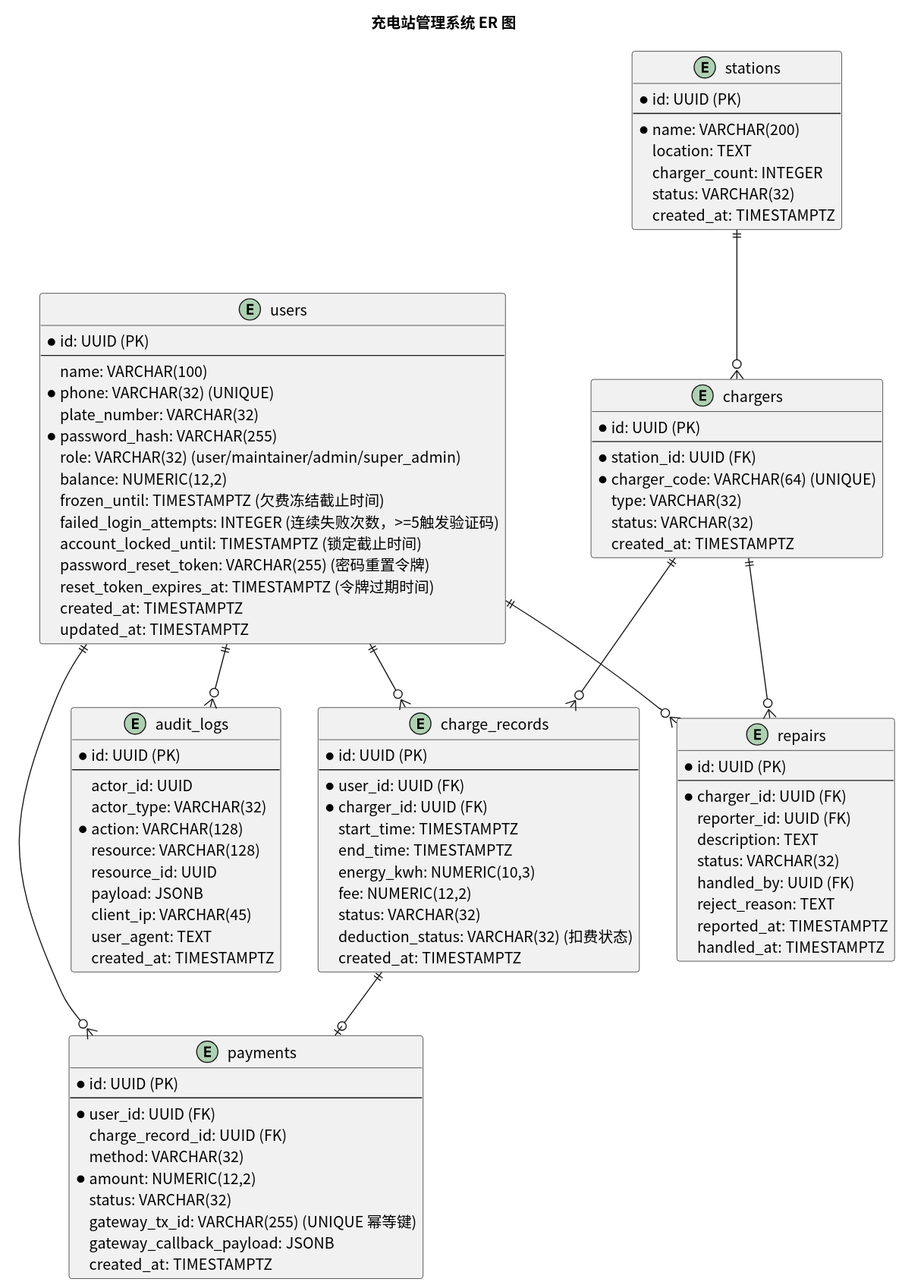
greenhandzdl/charging-station-doc keeps this PlantUML diagram as usecase/docs/database/img/er_diagram.svg. Above is the earlier version.
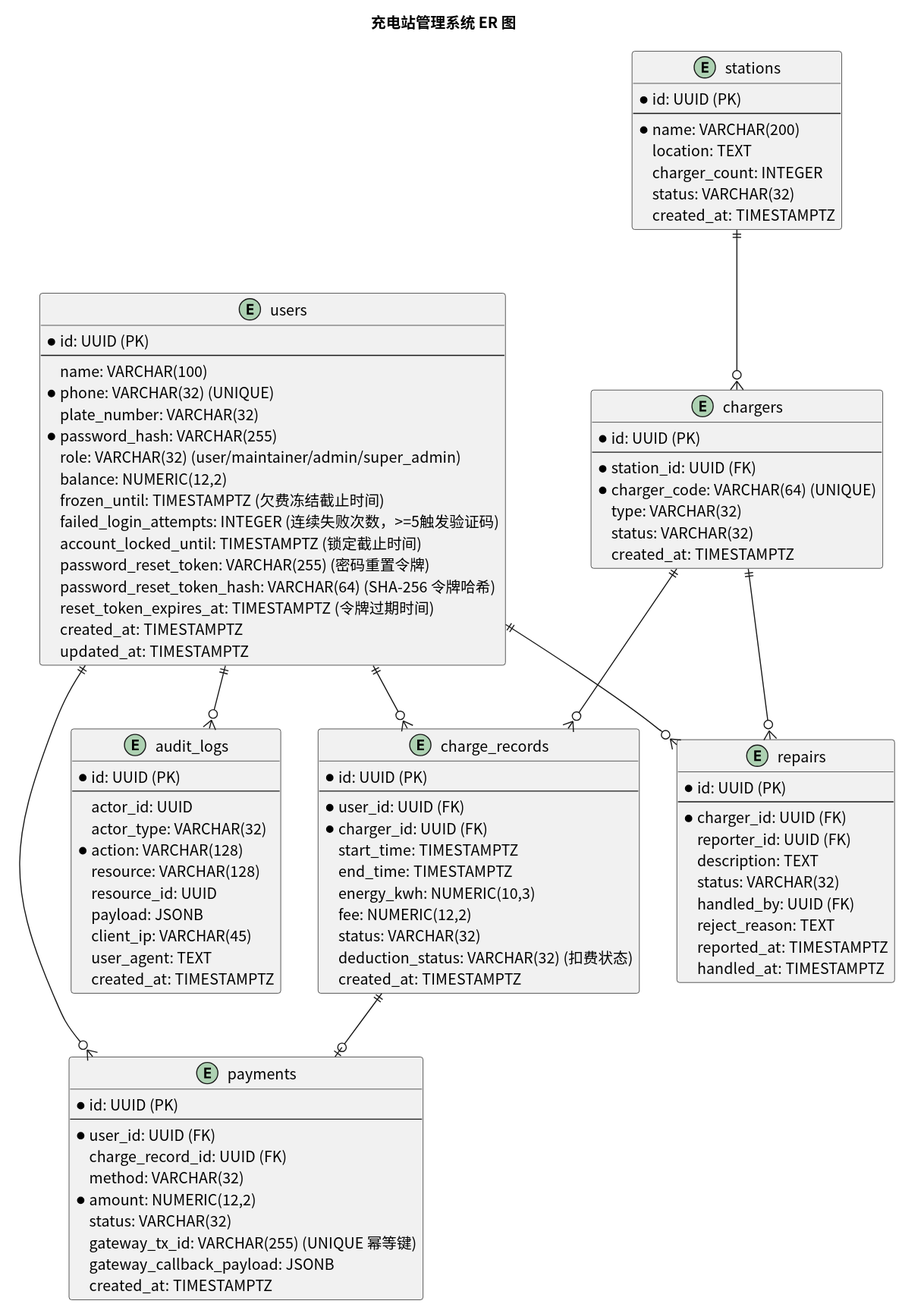
The same diagram one commit later.

Change to the diagram source:
```diff
@@ -16,6 +16,7 @@
   failed_login_attempts: INTEGER (连续失败次数，>=5触发验证码)
   account_locked_until: TIMESTAMPTZ (锁定截止时间)
   password_reset_token: VARCHAR(255) (密码重置令牌)
+  password_reset_token_hash: VARCHAR(64) (SHA-256 令牌哈希)
   reset_token_expires_at: TIMESTAMPTZ (令牌过期时间)
   created_at: TIMESTAMPTZ
   updated_at: TIMESTAMPTZ
```
